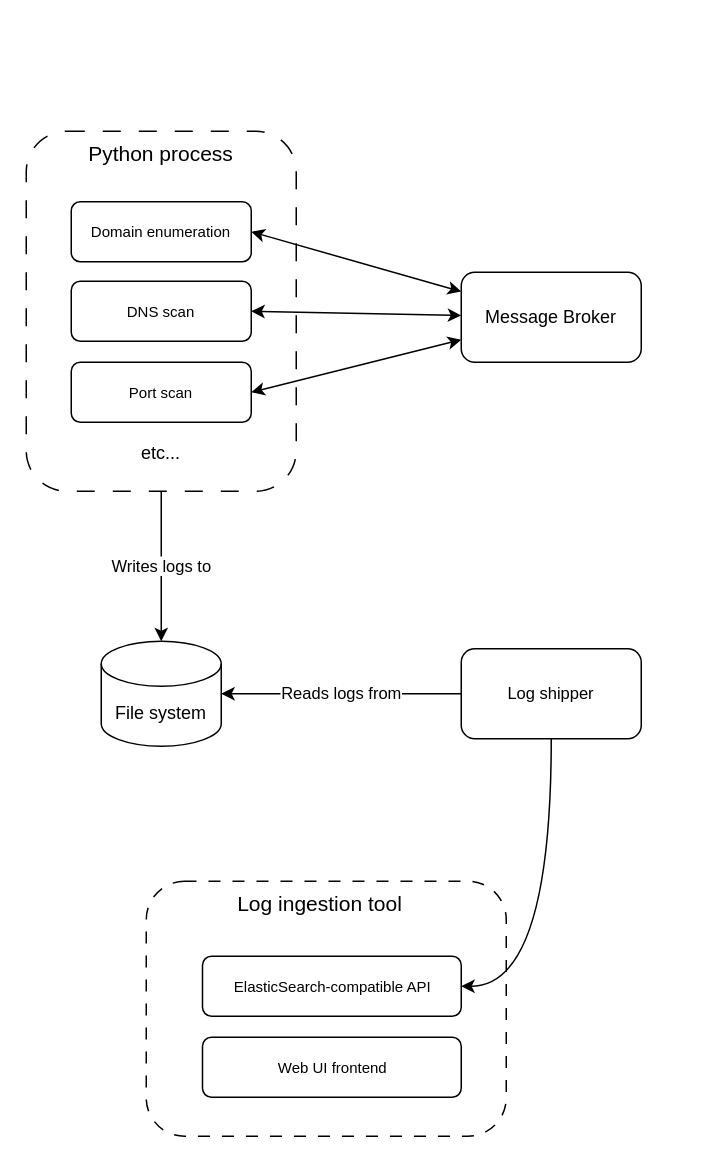
ihavenonickname/infosec-test-automation keeps this draw.io diagram as recon-architecture.drawio. Above is the earlier version. Source tidied: cells renumbered, new cells numbered last; positions are measured from the earlier drawing's top-left corner, leaving out a move shared by most shapes. Both pictures are drawn from the tidied source at 150%, with x=0, y=0 at pixel (26, 130).
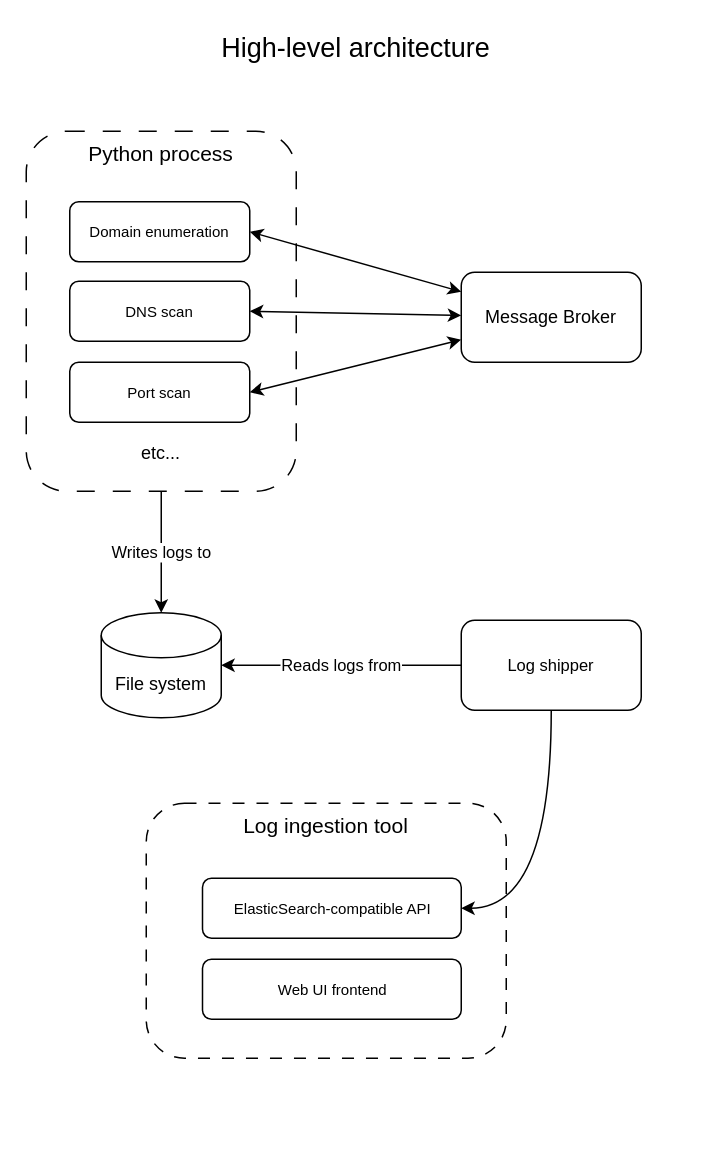
After the change.

Change to the diagram source:
```diff
@@
     <mxCell id="2" style="rounded=1;whiteSpace=wrap;html=1;fontFamily=Helvetica;fontSize=11;fontColor=default;dashed=1;dashPattern=8 8;" parent="1" vertex="1">
-      <mxGeometry x="80" y="500" width="240" height="170" as="geometry" />
+      <mxGeometry x="80" y="448" width="240" height="170" as="geometry" />
     </mxCell>
@@
     <mxCell id="6" value="Domain enumeration" style="rounded=1;whiteSpace=wrap;html=1;fontSize=10;" parent="1" vertex="1">
-      <mxGeometry x="30" y="47" width="120" height="40" as="geometry" />
+      <mxGeometry x="29" y="47" width="120" height="40" as="geometry" />
     </mxCell>
@@
     <mxCell id="8" value="DNS scan" style="rounded=1;whiteSpace=wrap;html=1;fontSize=10;" parent="1" vertex="1">
-      <mxGeometry x="30" y="100" width="120" height="40" as="geometry" />
+      <mxGeometry x="29" y="100" width="120" height="40" as="geometry" />
     </mxCell>
@@
     <mxCell id="10" value="Port scan" style="rounded=1;whiteSpace=wrap;html=1;fontSize=10;" parent="1" vertex="1">
-      <mxGeometry x="30" y="154" width="120" height="40" as="geometry" />
+      <mxGeometry x="29" y="154" width="120" height="40" as="geometry" />
     </mxCell>
@@
     <mxCell id="12" value="etc..." style="text;html=1;strokeColor=none;fillColor=none;align=center;verticalAlign=middle;whiteSpace=wrap;rounded=0;" parent="1" vertex="1">
-      <mxGeometry x="60" y="200" width="60" height="30" as="geometry" />
+      <mxGeometry y="200" width="180" height="30" as="geometry" />
     </mxCell>
@@
     <mxCell id="14" value="File system" style="shape=cylinder3;whiteSpace=wrap;html=1;boundedLbl=1;backgroundOutline=1;size=15;" parent="1" vertex="1">
-      <mxGeometry x="50" y="340" width="80" height="70" as="geometry" />
+      <mxGeometry x="50" y="321" width="80" height="70" as="geometry" />
     </mxCell>
@@
     <mxCell id="16" style="edgeStyle=orthogonalEdgeStyle;shape=connector;rounded=0;jettySize=auto;html=1;labelBackgroundColor=default;strokeColor=default;align=center;verticalAlign=middle;fontFamily=Helvetica;fontSize=11;fontColor=default;endArrow=classic;curved=1;" parent="1" edge="1" source="17" target="18">
       <mxGeometry relative="1" as="geometry">
         <Array as="points">
-          <mxPoint x="350" y="570" />
+          <mxPoint x="350" y="518" />
         </Array>
       </mxGeometry>
     </mxCell>
     <mxCell id="17" value="Log shipper" style="rounded=1;whiteSpace=wrap;html=1;fontFamily=Helvetica;fontSize=11;fontColor=default;" parent="1" vertex="1">
-      <mxGeometry x="290" y="345" width="120" height="60" as="geometry" />
+      <mxGeometry x="290" y="326" width="120" height="60" as="geometry" />
     </mxCell>
     <mxCell id="18" value="ElasticSearch-compatible API" style="rounded=1;whiteSpace=wrap;html=1;fontFamily=Helvetica;fontSize=10;fontColor=default;" parent="1" vertex="1">
-      <mxGeometry x="117.5" y="550" width="172.5" height="40" as="geometry" />
+      <mxGeometry x="117.5" y="498" width="172.5" height="40" as="geometry" />
     </mxCell>
     <mxCell id="19" value="Web UI frontend" style="rounded=1;whiteSpace=wrap;html=1;fontFamily=Helvetica;fontSize=10;fontColor=default;" parent="1" vertex="1">
-      <mxGeometry x="117.5" y="604" width="172.5" height="40" as="geometry" />
+      <mxGeometry x="117.5" y="552" width="172.5" height="40" as="geometry" />
     </mxCell>
     <mxCell id="20" value="Log ingestion tool" style="text;html=1;strokeColor=none;fillColor=none;align=center;verticalAlign=middle;whiteSpace=wrap;rounded=0;fontSize=14;" parent="1" vertex="1">
-      <mxGeometry x="106.2" y="500" width="180" height="30" as="geometry" />
+      <mxGeometry x="80" y="448" width="240" height="30" as="geometry" />
     </mxCell>
+    <mxCell id="21" value="High-level architecture" style="text;html=1;strokeColor=none;fillColor=none;align=center;verticalAlign=middle;whiteSpace=wrap;rounded=0;fontSize=18;fontFamily=Helvetica;fontColor=default;" parent="1" vertex="1">
+      <mxGeometry y="-70" width="440" height="30" as="geometry" />
+    </mxCell>
```
